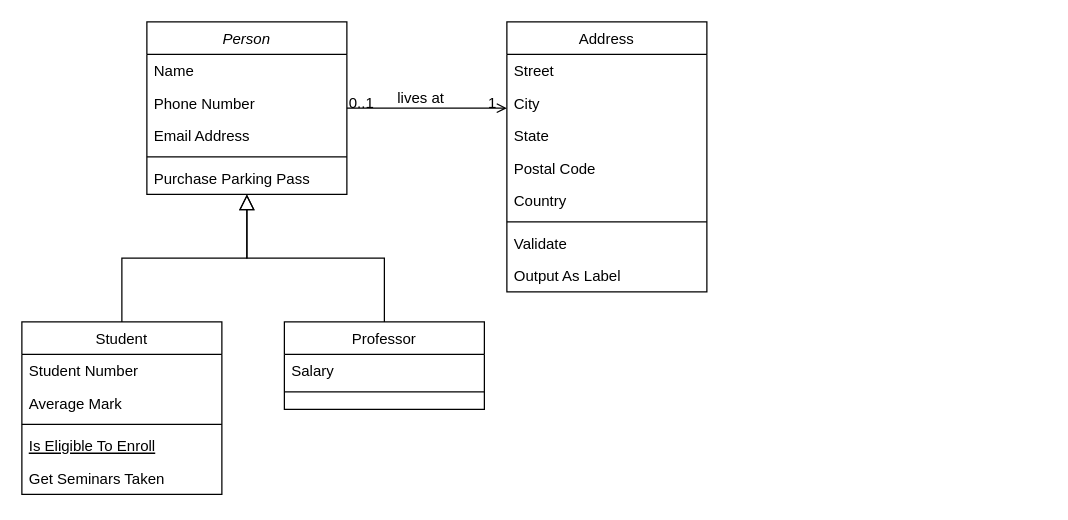
WizziGameDev/design-draw-io keeps this draw.io diagram as Class-Diagram-Pengujian.drawio. Above is the earlier version. Source tidied: cells renumbered, new cells numbered last; positions are measured from the earlier drawing's top-left corner, leaving out a move shared by most shapes. Both pictures are drawn from the tidied source at 125%, with x=0, y=0 at pixel (21, 21).
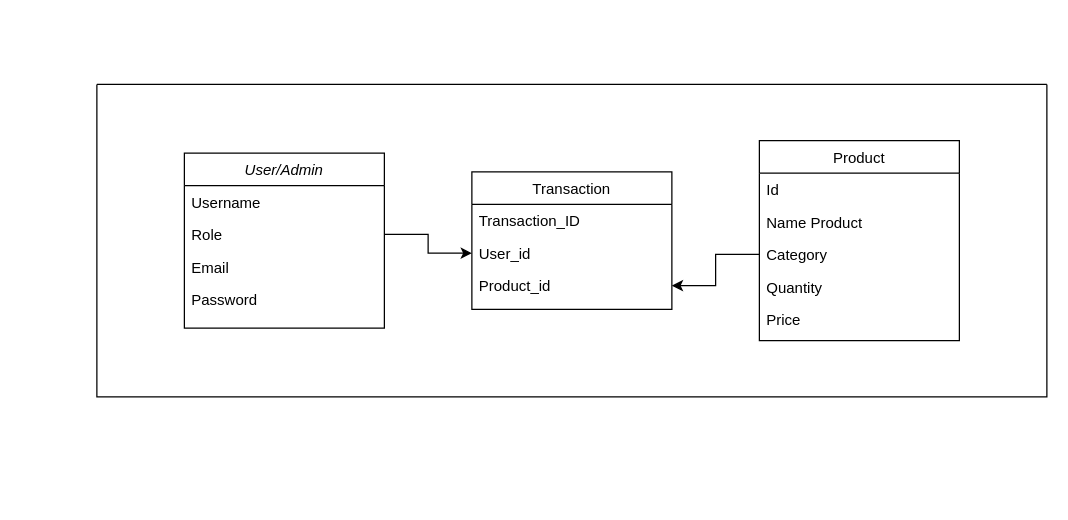
After the change.

What changed in the source:
```diff
@@
+    <mxCell id="32" style="swimlane;startSize=0;" parent="1" vertex="1">
+      <mxGeometry x="60" y="50" width="760" height="250" as="geometry" />
+    </mxCell>
-    <mxCell id="2" value="Person" style="swimlane;fontStyle=2;align=center;verticalAlign=top;horizontal=1;startSize=26;rounded=0;shadow=0;strokeWidth=1;" parent="1" vertex="1">
-      <mxGeometry x="100" width="160" height="138" as="geometry" />
+    <mxCell id="2" value="User/Admin" style="swimlane;fontStyle=2;align=center;verticalAlign=top;horizontal=1;startSize=26;rounded=0;shadow=0;strokeWidth=1;" parent="32" vertex="1">
+      <mxGeometry x="70" y="55" width="160" height="140" as="geometry" />
     </mxCell>
-    <mxCell id="3" value="Name" style="text;align=left;verticalAlign=top;spacingLeft=4;spacingRight=4;overflow=hidden;" parent="2" vertex="1">
+    <mxCell id="3" value="Username" style="text;align=left;verticalAlign=top;spacingLeft=4;spacingRight=4;overflow=hidden;" parent="2" vertex="1">
       <mxGeometry y="26" width="160" height="26" as="geometry" />
     </mxCell>
-    <mxCell id="4" value="Phone Number" style="text;align=left;verticalAlign=top;spacingLeft=4;spacingRight=4;overflow=hidden;points=[[0,0.5],[1,0.5]];portConstraint=eastwest;rounded=0;shadow=0;html=0;" parent="2" vertex="1">
+    <mxCell id="4" value="Role" style="text;align=left;verticalAlign=top;spacingLeft=4;spacingRight=4;overflow=hidden;points=[[0,0.5],[1,0.5]];portConstraint=eastwest;rounded=0;shadow=0;html=0;" parent="2" vertex="1">
       <mxGeometry y="52" width="160" height="26" as="geometry" />
     </mxCell>
-    <mxCell id="5" value="Email Address" style="text;align=left;verticalAlign=top;spacingLeft=4;spacingRight=4;overflow=hidden;rounded=0;shadow=0;html=0;" parent="2" vertex="1">
+    <mxCell id="5" value="Email" style="text;align=left;verticalAlign=top;spacingLeft=4;spacingRight=4;overflow=hidden;rounded=0;shadow=0;html=0;" parent="2" vertex="1">
       <mxGeometry y="78" width="160" height="26" as="geometry" />
     </mxCell>
-    <mxCell id="6" style="line;html=1;strokeWidth=1;align=left;verticalAlign=middle;spacingTop=-1;spacingLeft=3;spacingRight=3;labelPosition=right;" parent="2" vertex="1">
-      <mxGeometry y="104" width="160" height="8" as="geometry" />
-    </mxCell>
-    <mxCell id="7" value="Purchase Parking Pass" style="text;align=left;verticalAlign=top;spacingLeft=4;spacingRight=4;overflow=hidden;" parent="2" vertex="1">
-      <mxGeometry y="112" width="160" height="26" as="geometry" />
-    </mxCell>
-    <mxCell id="8" value="Student" style="swimlane;fontStyle=0;align=center;verticalAlign=top;horizontal=1;startSize=26;rounded=0;shadow=0;strokeWidth=1;" parent="1" vertex="1">
-      <mxGeometry y="240" width="160" height="138" as="geometry" />
-    </mxCell>
-    <mxCell id="9" value="Student Number" style="text;align=left;verticalAlign=top;spacingLeft=4;spacingRight=4;overflow=hidden;" parent="8" vertex="1">
-      <mxGeometry y="26" width="160" height="26" as="geometry" />
-    </mxCell>
-    <mxCell id="10" value="Average Mark" style="text;align=left;verticalAlign=top;spacingLeft=4;spacingRight=4;overflow=hidden;rounded=0;shadow=0;html=0;" parent="8" vertex="1">
-      <mxGeometry y="52" width="160" height="26" as="geometry" />
-    </mxCell>
-    <mxCell id="11" style="line;html=1;strokeWidth=1;align=left;verticalAlign=middle;spacingTop=-1;spacingLeft=3;spacingRight=3;labelPosition=right;" parent="8" vertex="1">
-      <mxGeometry y="78" width="160" height="8" as="geometry" />
-    </mxCell>
-    <mxCell id="12" value="Is Eligible To Enroll" style="text;align=left;verticalAlign=top;spacingLeft=4;spacingRight=4;overflow=hidden;fontStyle=4;" parent="8" vertex="1">
-      <mxGeometry y="86" width="160" height="26" as="geometry" />
-    </mxCell>
-    <mxCell id="13" value="Get Seminars Taken" style="text;align=left;verticalAlign=top;spacingLeft=4;spacingRight=4;overflow=hidden;" parent="8" vertex="1">
-      <mxGeometry y="112" width="160" height="26" as="geometry" />
-    </mxCell>
-    <mxCell id="14" style="endArrow=block;endSize=10;endFill=0;shadow=0;strokeWidth=1;rounded=0;curved=0;edgeStyle=elbowEdgeStyle;elbow=vertical;" parent="1" edge="1" source="8" target="2">
-      <mxGeometry relative="1" as="geometry" />
-    </mxCell>
+    <mxCell id="33" value="Password" style="text;align=left;verticalAlign=top;spacingLeft=4;spacingRight=4;overflow=hidden;rounded=0;shadow=0;html=0;" parent="2" vertex="1">
+      <mxGeometry y="104" width="160" height="26" as="geometry" />
+    </mxCell>
-    <mxCell id="15" value="Professor" style="swimlane;fontStyle=0;align=center;verticalAlign=top;horizontal=1;startSize=26;rounded=0;shadow=0;strokeWidth=1;" parent="1" vertex="1">
-      <mxGeometry x="210" y="240" width="160" height="70" as="geometry" />
+    <mxCell id="15" value="Transaction" style="swimlane;fontStyle=0;align=center;verticalAlign=top;horizontal=1;startSize=26;rounded=0;shadow=0;strokeWidth=1;" parent="32" vertex="1">
+      <mxGeometry x="300" y="70" width="160" height="110" as="geometry" />
     </mxCell>
-    <mxCell id="16" value="Salary" style="text;align=left;verticalAlign=top;spacingLeft=4;spacingRight=4;overflow=hidden;" parent="15" vertex="1">
+    <mxCell id="16" value="Transaction_ID" style="text;align=left;verticalAlign=top;spacingLeft=4;spacingRight=4;overflow=hidden;" parent="15" vertex="1">
       <mxGeometry y="26" width="160" height="26" as="geometry" />
     </mxCell>
-    <mxCell id="17" style="line;html=1;strokeWidth=1;align=left;verticalAlign=middle;spacingTop=-1;spacingLeft=3;spacingRight=3;labelPosition=right;" parent="15" vertex="1">
-      <mxGeometry y="52" width="160" height="8" as="geometry" />
-    </mxCell>
-    <mxCell id="18" style="endArrow=block;endSize=10;endFill=0;shadow=0;strokeWidth=1;rounded=0;curved=0;edgeStyle=elbowEdgeStyle;elbow=vertical;" parent="1" edge="1" source="15" target="2">
-      <mxGeometry relative="1" as="geometry" />
-    </mxCell>
+    <mxCell id="34" value="User_id" style="text;align=left;verticalAlign=top;spacingLeft=4;spacingRight=4;overflow=hidden;points=[[0,0.5],[1,0.5]];portConstraint=eastwest;" parent="15" vertex="1">
+      <mxGeometry y="52" width="160" height="26" as="geometry" />
+    </mxCell>
+    <mxCell id="35" value="Product_id" style="text;align=left;verticalAlign=top;spacingLeft=4;spacingRight=4;overflow=hidden;points=[[0,0.5],[1,0.5]];portConstraint=eastwest;" parent="15" vertex="1">
+      <mxGeometry y="78" width="160" height="26" as="geometry" />
+    </mxCell>
-    <mxCell id="19" value="Address" style="swimlane;fontStyle=0;align=center;verticalAlign=top;horizontal=1;startSize=26;rounded=0;shadow=0;strokeWidth=1;" parent="1" vertex="1">
-      <mxGeometry x="388" width="160" height="216" as="geometry" />
+    <mxCell id="19" value="Product" style="swimlane;fontStyle=0;align=center;verticalAlign=top;horizontal=1;startSize=26;rounded=0;shadow=0;strokeWidth=1;" parent="32" vertex="1">
+      <mxGeometry x="530" y="45" width="160" height="160" as="geometry" />
     </mxCell>
-    <mxCell id="20" value="Street" style="text;align=left;verticalAlign=top;spacingLeft=4;spacingRight=4;overflow=hidden;" parent="19" vertex="1">
+    <mxCell id="20" value="Id" style="text;align=left;verticalAlign=top;spacingLeft=4;spacingRight=4;overflow=hidden;" parent="19" vertex="1">
       <mxGeometry y="26" width="160" height="26" as="geometry" />
     </mxCell>
-    <mxCell id="21" value="City" style="text;align=left;verticalAlign=top;spacingLeft=4;spacingRight=4;overflow=hidden;rounded=0;shadow=0;html=0;" parent="19" vertex="1">
+    <mxCell id="21" value="Name Product" style="text;align=left;verticalAlign=top;spacingLeft=4;spacingRight=4;overflow=hidden;rounded=0;shadow=0;html=0;" parent="19" vertex="1">
       <mxGeometry y="52" width="160" height="26" as="geometry" />
     </mxCell>
-    <mxCell id="22" value="State" style="text;align=left;verticalAlign=top;spacingLeft=4;spacingRight=4;overflow=hidden;points=[[0,0.5],[1,0.5]];portConstraint=eastwest;rounded=0;shadow=0;html=0;" parent="19" vertex="1">
+    <mxCell id="22" value="Category" style="text;align=left;verticalAlign=top;spacingLeft=4;spacingRight=4;overflow=hidden;points=[[0,0.5],[1,0.5]];portConstraint=eastwest;rounded=0;shadow=0;html=0;" parent="19" vertex="1">
       <mxGeometry y="78" width="160" height="26" as="geometry" />
     </mxCell>
-    <mxCell id="23" value="Postal Code" style="text;align=left;verticalAlign=top;spacingLeft=4;spacingRight=4;overflow=hidden;rounded=0;shadow=0;html=0;" parent="19" vertex="1">
+    <mxCell id="23" value="Quantity" style="text;align=left;verticalAlign=top;spacingLeft=4;spacingRight=4;overflow=hidden;rounded=0;shadow=0;html=0;" parent="19" vertex="1">
       <mxGeometry y="104" width="160" height="26" as="geometry" />
     </mxCell>
-    <mxCell id="24" value="Country" style="text;align=left;verticalAlign=top;spacingLeft=4;spacingRight=4;overflow=hidden;rounded=0;shadow=0;html=0;" parent="19" vertex="1">
+    <mxCell id="24" value="Price" style="text;align=left;verticalAlign=top;spacingLeft=4;spacingRight=4;overflow=hidden;rounded=0;shadow=0;html=0;" parent="19" vertex="1">
       <mxGeometry y="130" width="160" height="26" as="geometry" />
     </mxCell>
-    <mxCell id="25" style="line;html=1;strokeWidth=1;align=left;verticalAlign=middle;spacingTop=-1;spacingLeft=3;spacingRight=3;labelPosition=right;" parent="19" vertex="1">
-      <mxGeometry y="156" width="160" height="8" as="geometry" />
-    </mxCell>
-    <mxCell id="26" value="Validate" style="text;align=left;verticalAlign=top;spacingLeft=4;spacingRight=4;overflow=hidden;" parent="19" vertex="1">
-      <mxGeometry y="164" width="160" height="26" as="geometry" />
-    </mxCell>
-    <mxCell id="27" value="Output As Label" style="text;align=left;verticalAlign=top;spacingLeft=4;spacingRight=4;overflow=hidden;" parent="19" vertex="1">
-      <mxGeometry y="190" width="160" height="26" as="geometry" />
-    </mxCell>
-    <mxCell id="28" style="endArrow=open;shadow=0;strokeWidth=1;rounded=0;curved=0;endFill=1;edgeStyle=elbowEdgeStyle;elbow=vertical;" parent="1" edge="1" source="2" target="19">
-      <mxGeometry x="0.5" y="41" relative="1" as="geometry">
-        <mxPoint x="-40" y="32" as="offset" />
-      </mxGeometry>
-    </mxCell>
-    <mxCell id="29" value="0..1" style="align=left;verticalAlign=bottom;labelBackgroundColor=none;fontSize=12;" parent="28" vertex="1">
-      <mxGeometry x="-1" relative="1" as="geometry">
-        <mxPoint y="4" as="offset" />
-      </mxGeometry>
-    </mxCell>
-    <mxCell id="30" value="1" style="align=right;verticalAlign=bottom;labelBackgroundColor=none;fontSize=12;" parent="28" vertex="1">
-      <mxGeometry x="1" relative="1" as="geometry">
-        <mxPoint x="-7" y="4" as="offset" />
-      </mxGeometry>
-    </mxCell>
-    <mxCell id="31" value="lives at" style="text;html=1;align=center;verticalAlign=middle;labelBackgroundColor=none;rounded=0;shadow=0;strokeWidth=1;fontSize=12;" parent="28" vertex="1">
-      <mxGeometry x="0.5" y="49" relative="1" as="geometry">
-        <mxPoint x="-38" y="40" as="offset" />
-      </mxGeometry>
-    </mxCell>
+    <mxCell id="36" style="edgeStyle=orthogonalEdgeStyle;rounded=0;jettySize=auto;html=1;exitX=1;exitY=0.5;exitDx=0;exitDy=0;entryX=0;entryY=0.5;entryDx=0;entryDy=0;" parent="32" edge="1" source="4" target="34">
+      <mxGeometry relative="1" as="geometry" />
+    </mxCell>
+    <mxCell id="37" style="edgeStyle=orthogonalEdgeStyle;rounded=0;jettySize=auto;html=1;exitX=0;exitY=0.5;exitDx=0;exitDy=0;entryX=1;entryY=0.5;entryDx=0;entryDy=0;" parent="32" edge="1" source="22" target="35">
+      <mxGeometry relative="1" as="geometry" />
+    </mxCell>
```
